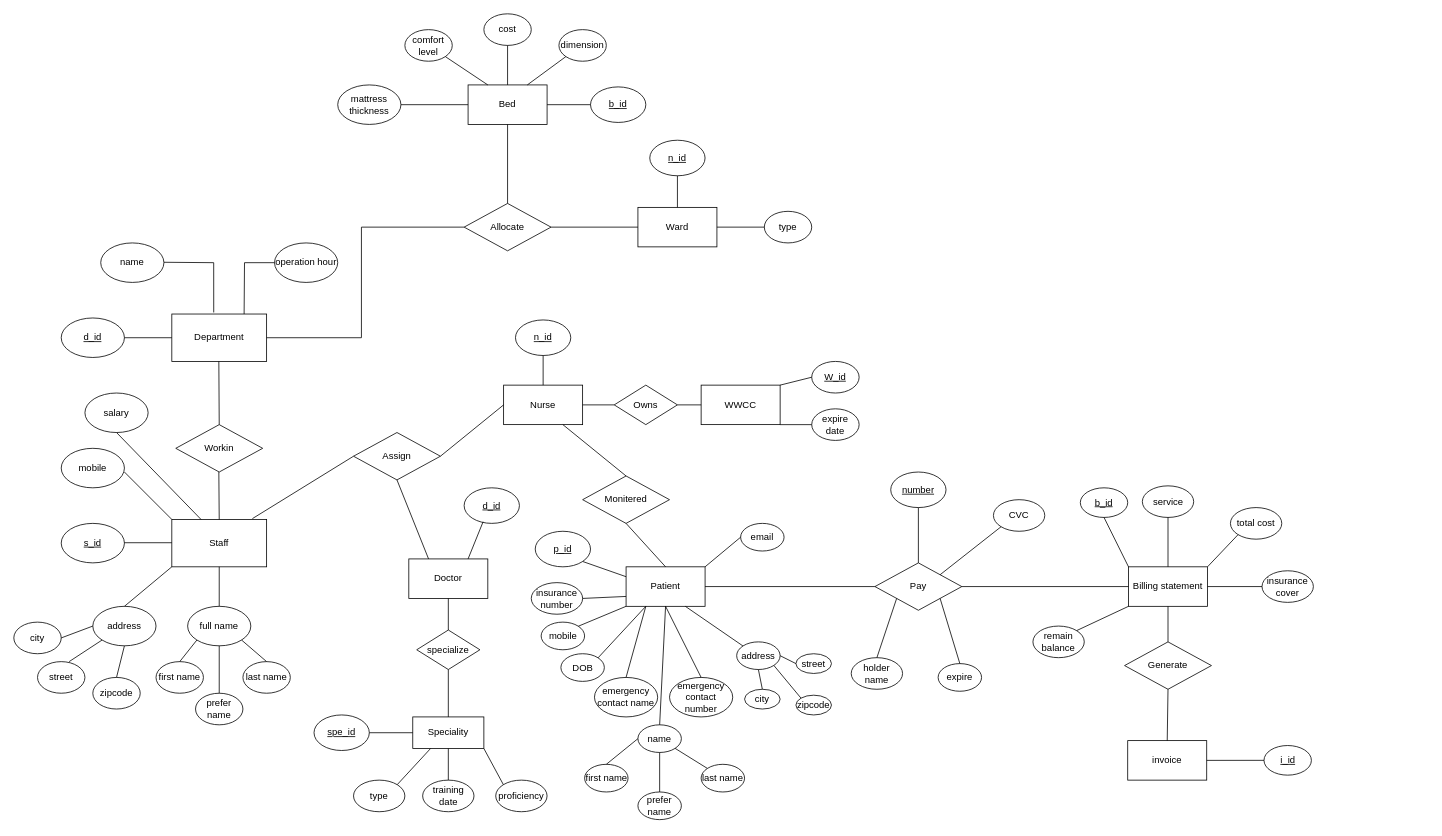
Earlier version of the draw.io diagram COMP9120 Assignment 1 E-R diagram.drawio (Hu1999824/hello-world). Source tidied: cells renumbered, new cells numbered last; positions are measured from the earlier drawing's top-left corner, leaving out a move shared by most shapes. Both pictures are drawn from the tidied source at 79%, with x=0, y=0 at pixel (13, 13).
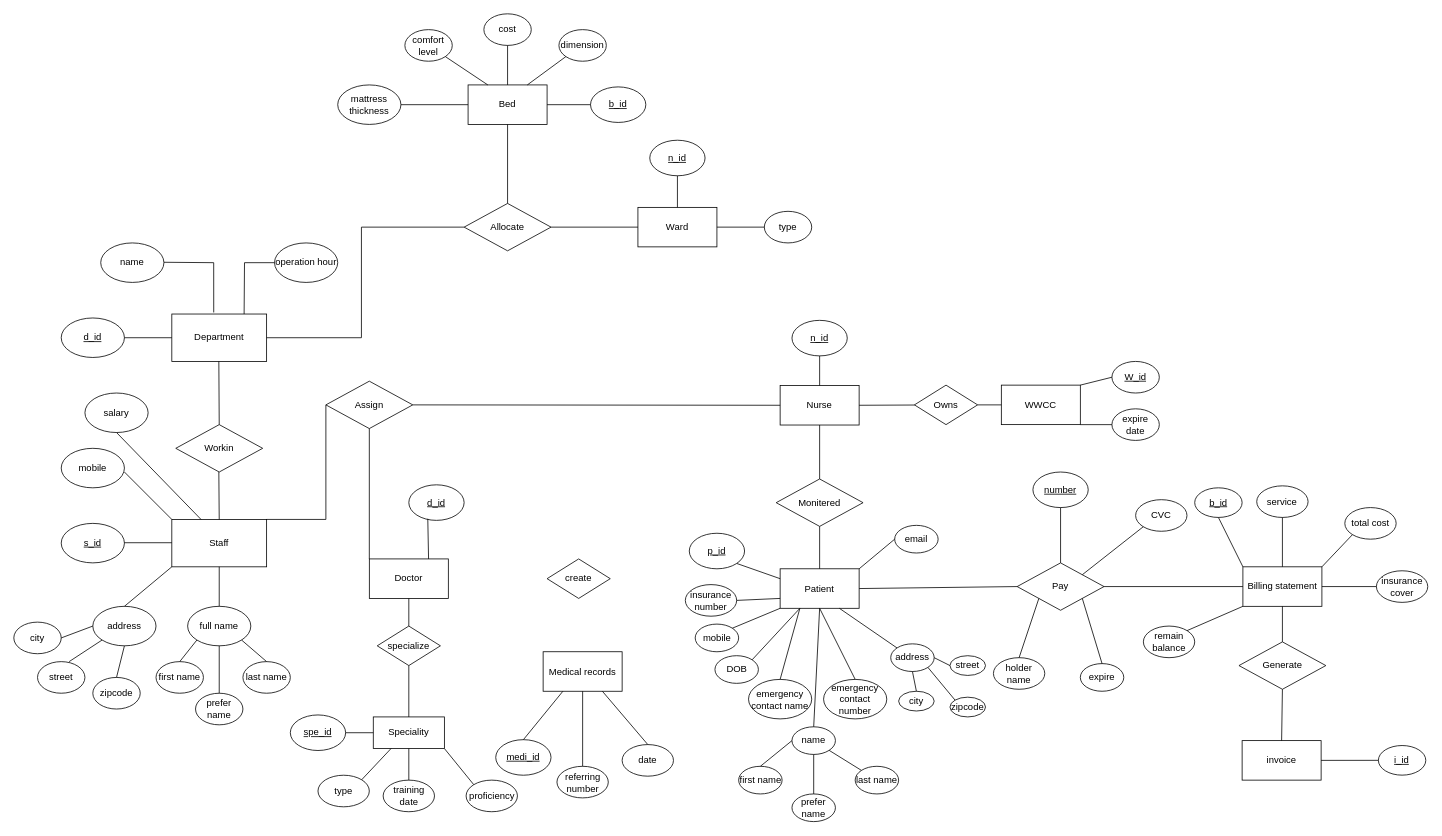
Above is the later version.

Unchanged cells that the change refers to:
```xml
<mxCell id="9" value="Staff" style="rounded=0;whiteSpace=wrap;html=1;" parent="1" vertex="1">
  <mxGeometry x="200" y="640" width="120" height="60" as="geometry" />
</mxCell>
```

Diff of the diagram source:
```diff
@@
     <mxCell id="35" value="Assign" style="rhombus;whiteSpace=wrap;html=1;" parent="1" vertex="1">
-      <mxGeometry x="430" y="530" width="110" height="60" as="geometry" />
+      <mxGeometry x="395" y="465" width="110" height="60" as="geometry" />
     </mxCell>
-    <mxCell id="36" style="endArrow=none;html=1;rounded=0;entryX=0;entryY=0.5;entryDx=0;entryDy=0;exitX=0.85;exitY=-0.017;exitDx=0;exitDy=0;exitPerimeter=0;" parent="1" edge="1" source="9" target="35">
-      <mxGeometry relative="1" as="geometry" />
-    </mxCell>
     <mxCell id="37" value="Nurse" style="rounded=0;whiteSpace=wrap;html=1;" parent="1" vertex="1">
-      <mxGeometry x="620" y="470" width="100" height="50" as="geometry" />
+      <mxGeometry x="970" y="470.5" width="100" height="50" as="geometry" />
     </mxCell>
@@
     <mxCell id="39" value="&lt;u&gt;n_id&lt;/u&gt;" style="ellipse;whiteSpace=wrap;html=1;" parent="1" vertex="1">
-      <mxGeometry x="635" y="387.5" width="70" height="45" as="geometry" />
+      <mxGeometry x="985" y="388" width="70" height="45" as="geometry" />
     </mxCell>
@@
     <mxCell id="41" value="WWCC" style="rounded=0;whiteSpace=wrap;html=1;" parent="1" vertex="1">
-      <mxGeometry x="870" y="470" width="100" height="50" as="geometry" />
+      <mxGeometry x="1250" y="470" width="100" height="50" as="geometry" />
     </mxCell>
     <mxCell id="42" value="&lt;u&gt;W_id&lt;/u&gt;" style="ellipse;whiteSpace=wrap;html=1;" parent="1" vertex="1">
-      <mxGeometry x="1010" y="440" width="60" height="40" as="geometry" />
+      <mxGeometry x="1390" y="440" width="60" height="40" as="geometry" />
     </mxCell>
@@
     <mxCell id="44" value="expire date" style="ellipse;whiteSpace=wrap;html=1;" parent="1" vertex="1">
-      <mxGeometry x="1010" y="500" width="60" height="40" as="geometry" />
+      <mxGeometry x="1390" y="500" width="60" height="40" as="geometry" />
     </mxCell>
@@
     <mxCell id="46" value="Doctor" style="rounded=0;whiteSpace=wrap;html=1;" parent="1" vertex="1">
-      <mxGeometry x="500" y="690" width="100" height="50" as="geometry" />
+      <mxGeometry x="450" y="690" width="100" height="50" as="geometry" />
     </mxCell>
     <mxCell id="47" value="&lt;u&gt;d_id&lt;/u&gt;" style="ellipse;whiteSpace=wrap;html=1;" parent="1" vertex="1">
-      <mxGeometry x="570" y="600" width="70" height="45" as="geometry" />
+      <mxGeometry x="500" y="596.2" width="70" height="45" as="geometry" />
     </mxCell>
-    <mxCell id="48" style="endArrow=none;html=1;rounded=0;exitX=0.5;exitY=1;exitDx=0;exitDy=0;entryX=0.25;entryY=0;entryDx=0;entryDy=0;" parent="1" edge="1" source="35" target="46">
-      <mxGeometry relative="1" as="geometry" />
-    </mxCell>
@@
     <mxCell id="50" value="Owns" style="rhombus;whiteSpace=wrap;html=1;" parent="1" vertex="1">
-      <mxGeometry x="760" y="470" width="80" height="50" as="geometry" />
+      <mxGeometry x="1140" y="470" width="80" height="50" as="geometry" />
     </mxCell>
@@
     <mxCell id="53" value="specialize" style="rhombus;whiteSpace=wrap;html=1;" parent="1" vertex="1">
-      <mxGeometry x="510" y="780" width="80" height="50" as="geometry" />
+      <mxGeometry x="460" y="775" width="80" height="50" as="geometry" />
     </mxCell>
@@
     <mxCell id="55" value="Speciality" style="rounded=0;whiteSpace=wrap;html=1;" parent="1" vertex="1">
-      <mxGeometry x="505" y="890" width="90" height="40" as="geometry" />
+      <mxGeometry x="455" y="890" width="90" height="40" as="geometry" />
     </mxCell>
@@
     <mxCell id="57" value="&lt;u&gt;spe_id&lt;/u&gt;" style="ellipse;whiteSpace=wrap;html=1;" parent="1" vertex="1">
-      <mxGeometry x="380" y="887.5" width="70" height="45" as="geometry" />
+      <mxGeometry x="350" y="887.5" width="70" height="45" as="geometry" />
     </mxCell>
@@
     <mxCell id="59" value="type" style="ellipse;whiteSpace=wrap;html=1;" parent="1" vertex="1">
-      <mxGeometry x="430" y="970" width="65" height="40" as="geometry" />
+      <mxGeometry x="385" y="963.8" width="65" height="40" as="geometry" />
     </mxCell>
@@
     <mxCell id="61" value="training date" style="ellipse;whiteSpace=wrap;html=1;" parent="1" vertex="1">
-      <mxGeometry x="517.5" y="970" width="65" height="40" as="geometry" />
+      <mxGeometry x="467.5" y="970" width="65" height="40" as="geometry" />
     </mxCell>
@@
     <mxCell id="63" value="proficiency" style="ellipse;whiteSpace=wrap;html=1;" parent="1" vertex="1">
-      <mxGeometry x="610" y="970" width="65" height="40" as="geometry" />
+      <mxGeometry x="572.5" y="970" width="65" height="40" as="geometry" />
     </mxCell>
@@
     <mxCell id="85" value="Patient" style="rounded=0;whiteSpace=wrap;html=1;" parent="1" vertex="1">
-      <mxGeometry x="775" y="700" width="100" height="50" as="geometry" />
+      <mxGeometry x="970" y="702.5" width="100" height="50" as="geometry" />
     </mxCell>
     <mxCell id="86" value="Monitered" style="rhombus;whiteSpace=wrap;html=1;" parent="1" vertex="1">
-      <mxGeometry x="720" y="585" width="110" height="60" as="geometry" />
+      <mxGeometry x="965" y="588.8" width="110" height="60" as="geometry" />
     </mxCell>
-    <mxCell id="87" style="endArrow=none;html=1;rounded=0;exitX=0.75;exitY=1;exitDx=0;exitDy=0;entryX=0.5;entryY=0;entryDx=0;entryDy=0;" parent="1" edge="1" source="37" target="86">
-      <mxGeometry relative="1" as="geometry" />
-    </mxCell>
     <mxCell id="88" value="&lt;u&gt;p_id&lt;/u&gt;" style="ellipse;whiteSpace=wrap;html=1;" parent="1" vertex="1">
-      <mxGeometry x="660" y="655" width="70" height="45" as="geometry" />
+      <mxGeometry x="855" y="657.5" width="70" height="45" as="geometry" />
     </mxCell>
@@
     <mxCell id="90" value="insurance number" style="ellipse;whiteSpace=wrap;html=1;" parent="1" vertex="1">
-      <mxGeometry x="655" y="720" width="65" height="40" as="geometry" />
+      <mxGeometry x="850" y="722.5" width="65" height="40" as="geometry" />
     </mxCell>
@@
     <mxCell id="93" value="mobile" style="ellipse;whiteSpace=wrap;html=1;" parent="1" vertex="1">
-      <mxGeometry x="667.5" y="770" width="55" height="35" as="geometry" />
+      <mxGeometry x="862.5" y="772.5" width="55" height="35" as="geometry" />
     </mxCell>
@@
     <mxCell id="95" value="DOB" style="ellipse;whiteSpace=wrap;html=1;" parent="1" vertex="1">
-      <mxGeometry x="692.5" y="810" width="55" height="35" as="geometry" />
+      <mxGeometry x="887.5" y="812.5" width="55" height="35" as="geometry" />
     </mxCell>
@@
     <mxCell id="97" value="emergency contact name" style="ellipse;whiteSpace=wrap;html=1;" parent="1" vertex="1">
-      <mxGeometry x="735" y="840" width="80" height="50" as="geometry" />
+      <mxGeometry x="930" y="842.5" width="80" height="50" as="geometry" />
     </mxCell>
@@
     <mxCell id="99" value="emergency contact number" style="ellipse;whiteSpace=wrap;html=1;" parent="1" vertex="1">
-      <mxGeometry x="830" y="840" width="80" height="50" as="geometry" />
+      <mxGeometry x="1025" y="842.5" width="80" height="50" as="geometry" />
     </mxCell>
@@
     <mxCell id="101" value="name" style="ellipse;whiteSpace=wrap;html=1;" parent="1" vertex="1">
-      <mxGeometry x="790" y="900" width="55" height="35" as="geometry" />
+      <mxGeometry x="985" y="902.5" width="55" height="35" as="geometry" />
     </mxCell>
@@
     <mxCell id="103" value="first name" style="ellipse;whiteSpace=wrap;html=1;" parent="1" vertex="1">
-      <mxGeometry x="722.5" y="950" width="55" height="35" as="geometry" />
+      <mxGeometry x="917.5" y="952.5" width="55" height="35" as="geometry" />
     </mxCell>
@@
     <mxCell id="105" value="prefer name" style="ellipse;whiteSpace=wrap;html=1;" parent="1" vertex="1">
-      <mxGeometry x="790" y="985" width="55" height="35" as="geometry" />
+      <mxGeometry x="985" y="987.5" width="55" height="35" as="geometry" />
     </mxCell>
@@
     <mxCell id="107" value="last name" style="ellipse;whiteSpace=wrap;html=1;" parent="1" vertex="1">
-      <mxGeometry x="870" y="950" width="55" height="35" as="geometry" />
+      <mxGeometry x="1065" y="952.5" width="55" height="35" as="geometry" />
     </mxCell>
@@
     <mxCell id="109" value="address" style="ellipse;whiteSpace=wrap;html=1;" parent="1" vertex="1">
-      <mxGeometry x="915" y="795" width="55" height="35" as="geometry" />
+      <mxGeometry x="1110" y="797.5" width="55" height="35" as="geometry" />
     </mxCell>
@@
     <mxCell id="111" value="city" style="ellipse;whiteSpace=wrap;html=1;" parent="1" vertex="1">
-      <mxGeometry x="925" y="855" width="45" height="25" as="geometry" />
+      <mxGeometry x="1120" y="857.5" width="45" height="25" as="geometry" />
     </mxCell>
@@
     <mxCell id="113" value="street" style="ellipse;whiteSpace=wrap;html=1;" parent="1" vertex="1">
-      <mxGeometry x="990" y="810" width="45" height="25" as="geometry" />
+      <mxGeometry x="1185" y="812.5" width="45" height="25" as="geometry" />
     </mxCell>
@@
     <mxCell id="115" value="zipcode" style="ellipse;whiteSpace=wrap;html=1;" parent="1" vertex="1">
-      <mxGeometry x="990" y="862.5" width="45" height="25" as="geometry" />
+      <mxGeometry x="1185" y="865" width="45" height="25" as="geometry" />
     </mxCell>
@@
     <mxCell id="117" value="email" style="ellipse;whiteSpace=wrap;html=1;" parent="1" vertex="1">
-      <mxGeometry x="920" y="645" width="55" height="35" as="geometry" />
+      <mxGeometry x="1115" y="647.5" width="55" height="35" as="geometry" />
     </mxCell>
@@
     <mxCell id="119" value="Pay" style="rhombus;whiteSpace=wrap;html=1;" parent="1" vertex="1">
-      <mxGeometry x="1090" y="695" width="110" height="60" as="geometry" />
+      <mxGeometry x="1270" y="695" width="110" height="60" as="geometry" />
     </mxCell>
@@
     <mxCell id="121" value="&lt;u&gt;number&lt;/u&gt;" style="ellipse;whiteSpace=wrap;html=1;" parent="1" vertex="1">
-      <mxGeometry x="1110" y="580" width="70" height="45" as="geometry" />
+      <mxGeometry x="1290" y="580" width="70" height="45" as="geometry" />
     </mxCell>
@@
     <mxCell id="123" value="CVC" style="ellipse;whiteSpace=wrap;html=1;" parent="1" vertex="1">
-      <mxGeometry x="1240" y="615" width="65" height="40" as="geometry" />
+      <mxGeometry x="1420" y="615" width="65" height="40" as="geometry" />
     </mxCell>
@@
     <mxCell id="125" value="holder name" style="ellipse;whiteSpace=wrap;html=1;" parent="1" vertex="1">
-      <mxGeometry x="1060" y="815" width="65" height="40" as="geometry" />
+      <mxGeometry x="1240" y="815" width="65" height="40" as="geometry" />
     </mxCell>
@@
     <mxCell id="127" value="expire" style="ellipse;whiteSpace=wrap;html=1;" parent="1" vertex="1">
-      <mxGeometry x="1170" y="822.5" width="55" height="35" as="geometry" />
+      <mxGeometry x="1350" y="822.5" width="55" height="35" as="geometry" />
     </mxCell>
@@
     <mxCell id="129" value="Billing statement" style="rounded=0;whiteSpace=wrap;html=1;" parent="1" vertex="1">
-      <mxGeometry x="1411" y="700" width="100" height="50" as="geometry" />
+      <mxGeometry x="1555.8" y="700" width="100" height="50" as="geometry" />
     </mxCell>
     <mxCell id="130" value="&lt;u&gt;b_id&lt;/u&gt;" style="ellipse;whiteSpace=wrap;html=1;" parent="1" vertex="1">
-      <mxGeometry x="1350" y="600" width="60" height="37.5" as="geometry" />
+      <mxGeometry x="1494.8" y="600" width="60" height="37.5" as="geometry" />
     </mxCell>
@@
     <mxCell id="132" value="service" style="ellipse;whiteSpace=wrap;html=1;" parent="1" vertex="1">
-      <mxGeometry x="1428.5" y="597.5" width="65" height="40" as="geometry" />
+      <mxGeometry x="1573.3" y="597.5" width="65" height="40" as="geometry" />
     </mxCell>
@@
     <mxCell id="134" value="total cost" style="ellipse;whiteSpace=wrap;html=1;" parent="1" vertex="1">
-      <mxGeometry x="1540" y="625" width="65" height="40" as="geometry" />
+      <mxGeometry x="1684.8" y="625" width="65" height="40" as="geometry" />
     </mxCell>
@@
     <mxCell id="136" value="insurance cover" style="ellipse;whiteSpace=wrap;html=1;" parent="1" vertex="1">
-      <mxGeometry x="1580" y="705" width="65" height="40" as="geometry" />
+      <mxGeometry x="1724.8" y="705" width="65" height="40" as="geometry" />
     </mxCell>
@@
     <mxCell id="138" value="remain balance" style="ellipse;whiteSpace=wrap;html=1;" parent="1" vertex="1">
-      <mxGeometry x="1290" y="775" width="65" height="40" as="geometry" />
+      <mxGeometry x="1429.8" y="775" width="65" height="40" as="geometry" />
     </mxCell>
     <mxCell id="139" value="Generate" style="rhombus;whiteSpace=wrap;html=1;" parent="1" vertex="1">
-      <mxGeometry x="1406" y="795" width="110" height="60" as="geometry" />
+      <mxGeometry x="1550.8" y="795" width="110" height="60" as="geometry" />
     </mxCell>
@@
     <mxCell id="143" value="invoice" style="rounded=0;whiteSpace=wrap;html=1;" parent="1" vertex="1">
-      <mxGeometry x="1410" y="920" width="100" height="50" as="geometry" />
+      <mxGeometry x="1554.8" y="920" width="100" height="50" as="geometry" />
     </mxCell>
     <mxCell id="144" value="&lt;u&gt;i_id&lt;/u&gt;" style="ellipse;whiteSpace=wrap;html=1;" parent="1" vertex="1">
-      <mxGeometry x="1582.5" y="926.2" width="60" height="37.5" as="geometry" />
+      <mxGeometry x="1727.3" y="926.2" width="60" height="37.5" as="geometry" />
     </mxCell>
@@
+    <mxCell id="36" style="endArrow=none;html=1;rounded=0;exitX=1;exitY=0;exitDx=0;exitDy=0;entryX=0;entryY=0.5;entryDx=0;entryDy=0;" parent="1" edge="1" source="9" target="35">
+      <mxGeometry relative="1" as="geometry">
+        <Array as="points">
+          <mxPoint x="395" y="640" />
+        </Array>
+      </mxGeometry>
+    </mxCell>
+    <mxCell id="147" style="endArrow=none;html=1;rounded=0;entryX=0.5;entryY=1;entryDx=0;entryDy=0;exitX=0;exitY=0;exitDx=0;exitDy=0;" parent="1" edge="1" source="46" target="35">
+      <mxGeometry relative="1" as="geometry" />
+    </mxCell>
+    <mxCell id="148" style="endArrow=none;html=1;rounded=0;entryX=0.5;entryY=1;entryDx=0;entryDy=0;exitX=0.5;exitY=0;exitDx=0;exitDy=0;" parent="1" edge="1" source="86" target="37">
+      <mxGeometry relative="1" as="geometry" />
+    </mxCell>
+    <mxCell id="149" value="create" style="rhombus;whiteSpace=wrap;html=1;" parent="1" vertex="1">
+      <mxGeometry x="675" y="690" width="80" height="50" as="geometry" />
+    </mxCell>
+    <mxCell id="150" value="Medical records" style="rounded=0;whiteSpace=wrap;html=1;" parent="1" vertex="1">
+      <mxGeometry x="670" y="807.5" width="100" height="50" as="geometry" />
+    </mxCell>
+    <mxCell id="151" value="&lt;u&gt;medi_id&lt;/u&gt;" style="ellipse;whiteSpace=wrap;html=1;" parent="1" vertex="1">
+      <mxGeometry x="610" y="918.8" width="70" height="45" as="geometry" />
+    </mxCell>
+    <mxCell id="152" value="referring number" style="ellipse;whiteSpace=wrap;html=1;" parent="1" vertex="1">
+      <mxGeometry x="687.5" y="952.5" width="65" height="40" as="geometry" />
+    </mxCell>
+    <mxCell id="153" value="date" style="ellipse;whiteSpace=wrap;html=1;" parent="1" vertex="1">
+      <mxGeometry x="770" y="925" width="65" height="40" as="geometry" />
+    </mxCell>
+    <mxCell id="154" style="endArrow=none;html=1;rounded=0;exitX=0.5;exitY=0;exitDx=0;exitDy=0;entryX=0.25;entryY=1;entryDx=0;entryDy=0;" parent="1" edge="1" source="151" target="150">
+      <mxGeometry relative="1" as="geometry" />
+    </mxCell>
+    <mxCell id="155" style="endArrow=none;html=1;rounded=0;exitX=0.5;exitY=0;exitDx=0;exitDy=0;entryX=0.5;entryY=1;entryDx=0;entryDy=0;" parent="1" edge="1" source="152" target="150">
+      <mxGeometry relative="1" as="geometry" />
+    </mxCell>
+    <mxCell id="156" style="endArrow=none;html=1;rounded=0;entryX=0.75;entryY=1;entryDx=0;entryDy=0;exitX=0.5;exitY=0;exitDx=0;exitDy=0;" parent="1" edge="1" source="153" target="150">
+      <mxGeometry relative="1" as="geometry" />
+    </mxCell>
```
